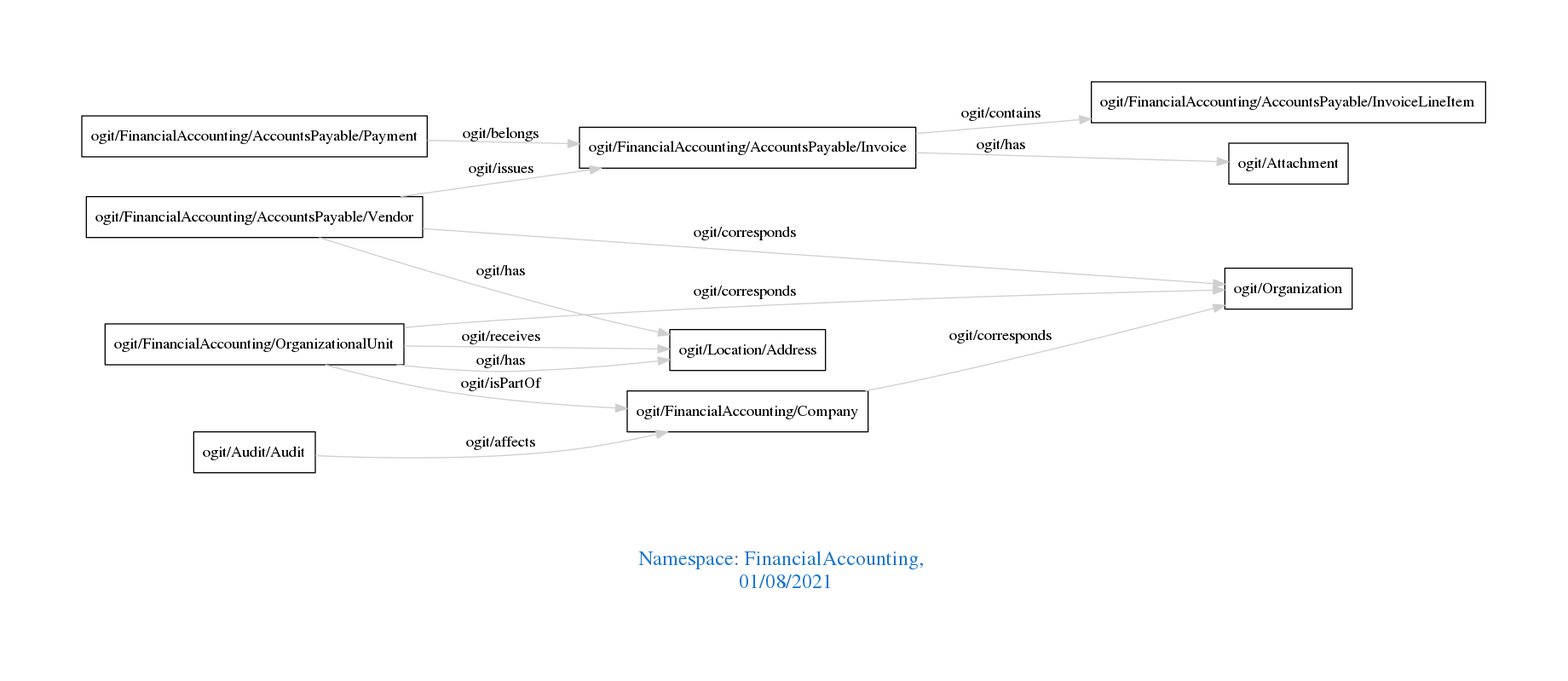
This is downloads/FinancialAccounting.png from arago/OGIT, a Graphviz export, as it was before one commit. Its source is kept beside it as downloads/FinancialAccounting.dot.
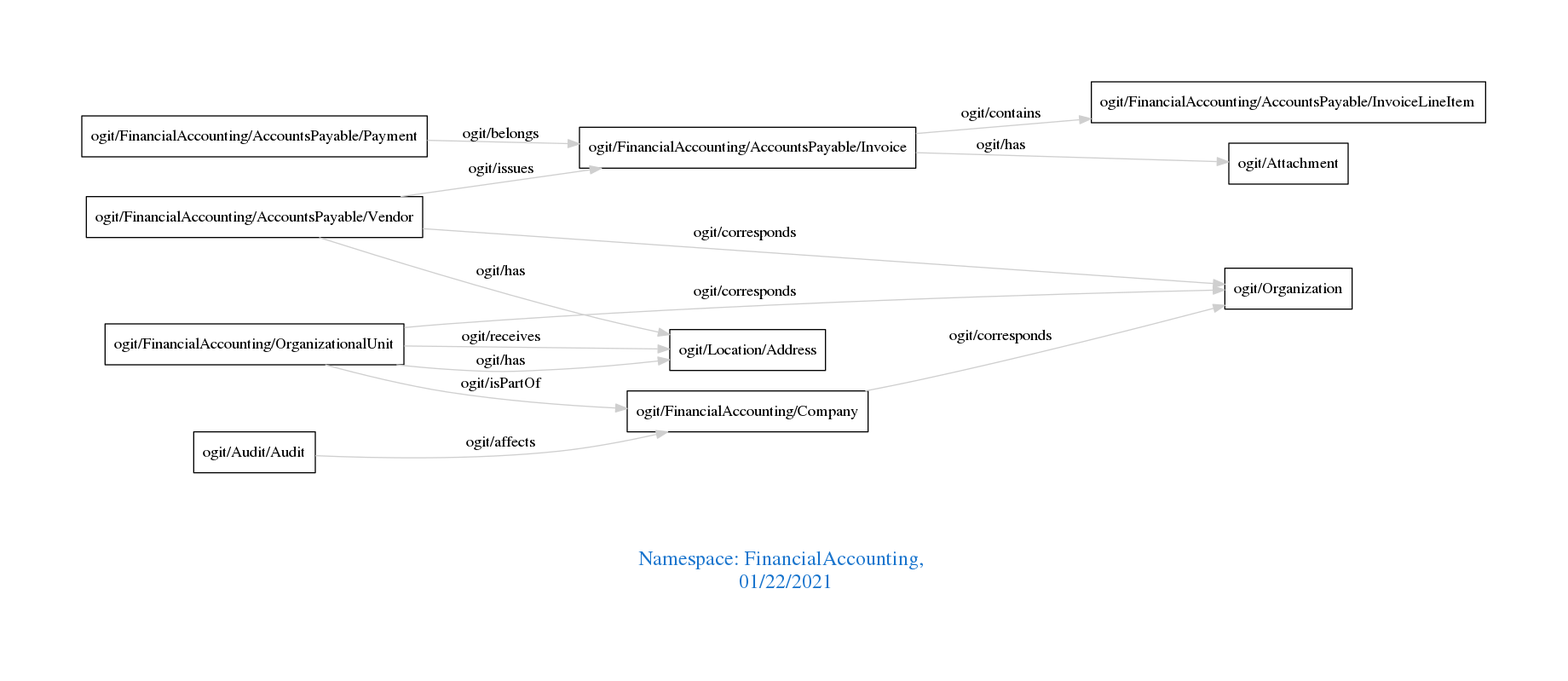
Later version of the same file.

Change to the diagram source:
```diff
@@ -1,7 +1,7 @@
 digraph OGIT_ontology {
  graph [ rankdir= LR,pad=1
 fontsize = 18,
-fontcolor= dodgerblue3,label = "\n\n\nNamespace: FinancialAccounting, \n 01/08/2021"];
+fontcolor= dodgerblue3,label = "\n\n\nNamespace: FinancialAccounting, \n 01/22/2021"];
 node[shape=polygon];
 edge [  color="gray81"];
 
```
